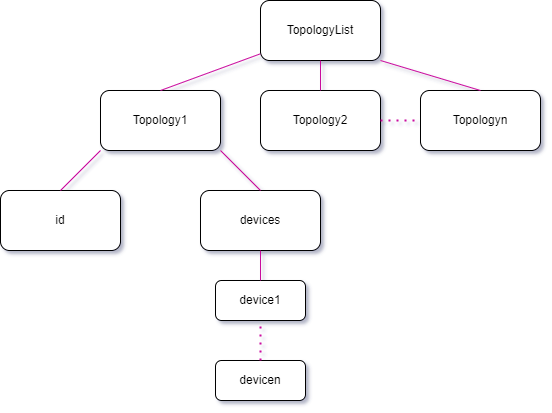
This is diagrams/datastructureDiagram.png from ZAK0EE/Topology-API, a draw.io export, as it was before one commit. Source tidied: cells renumbered, new cells last; positions are measured from the earlier drawing's top-left corner, leaving out a move shared by most shapes.
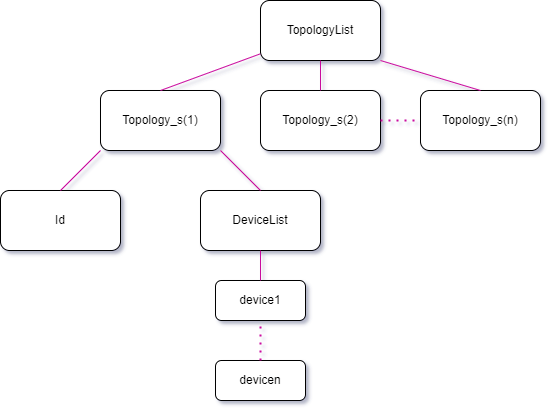
The same file after the commit.

Commit message:
More clarification for names

Diff of the diagram source:
```diff
@@ -5,13 +5,13 @@
     <mxCell id="2" value="TopologyList" style="rounded=1;whiteSpace=wrap;html=1;" parent="1" vertex="1">
       <mxGeometry x="260" width="120" height="60" as="geometry" />
     </mxCell>
-    <mxCell id="3" value="Topology1" style="rounded=1;whiteSpace=wrap;html=1;" parent="1" vertex="1">
+    <mxCell id="3" value="Topology_s(1)" style="rounded=1;whiteSpace=wrap;html=1;" parent="1" vertex="1">
       <mxGeometry x="100" y="90" width="120" height="60" as="geometry" />
     </mxCell>
-    <mxCell id="4" value="Topology2" style="rounded=1;whiteSpace=wrap;html=1;" parent="1" vertex="1">
+    <mxCell id="4" value="Topology_s(2)" style="rounded=1;whiteSpace=wrap;html=1;" parent="1" vertex="1">
       <mxGeometry x="260" y="90" width="120" height="60" as="geometry" />
     </mxCell>
-    <mxCell id="5" value="Topologyn" style="rounded=1;whiteSpace=wrap;html=1;" parent="1" vertex="1">
+    <mxCell id="5" value="Topology_s(n)" style="rounded=1;whiteSpace=wrap;html=1;" parent="1" vertex="1">
       <mxGeometry x="420" y="90" width="120" height="60" as="geometry" />
     </mxCell>
     <mxCell id="6" style="endArrow=none;dashed=1;html=1;dashPattern=1 3;strokeWidth=2;rounded=0;exitX=1;exitY=0.5;exitDx=0;exitDy=0;entryX=0;entryY=0.5;entryDx=0;entryDy=0;strokeColor=#C90A9D;" parent="1" edge="1" source="4" target="5">
@@ -26,10 +26,10 @@
     <mxCell id="9" style="endArrow=none;html=1;rounded=0;entryX=1;entryY=1;entryDx=0;entryDy=0;exitX=0.5;exitY=0;exitDx=0;exitDy=0;strokeColor=#C90A9D;" parent="1" edge="1" source="5" target="2">
       <mxGeometry relative="1" as="geometry" />
     </mxCell>
-    <mxCell id="10" value="devices" style="rounded=1;whiteSpace=wrap;html=1;" parent="1" vertex="1">
+    <mxCell id="10" value="DeviceList" style="rounded=1;whiteSpace=wrap;html=1;" parent="1" vertex="1">
       <mxGeometry x="200" y="190" width="120" height="60" as="geometry" />
     </mxCell>
-    <mxCell id="11" value="id" style="rounded=1;whiteSpace=wrap;html=1;" parent="1" vertex="1">
+    <mxCell id="11" value="Id" style="rounded=1;whiteSpace=wrap;html=1;" parent="1" vertex="1">
       <mxGeometry y="190" width="120" height="60" as="geometry" />
     </mxCell>
     <mxCell id="12" style="endArrow=none;html=1;rounded=0;entryX=0;entryY=1;entryDx=0;entryDy=0;exitX=0.5;exitY=0;exitDx=0;exitDy=0;strokeColor=#C90A9D;" parent="1" edge="1" source="11" target="3">
```
